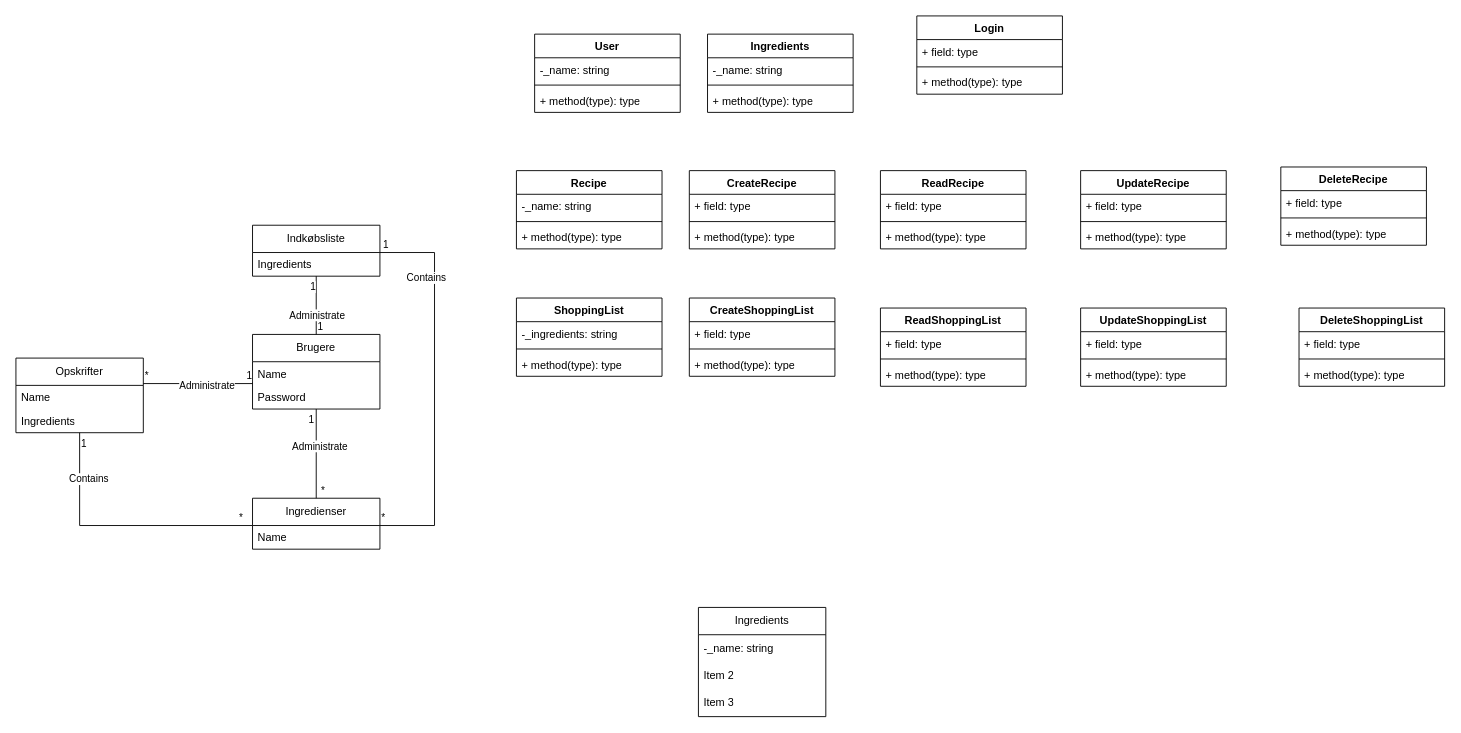
JaisAndersen/HandleLet keeps this draw.io diagram as HandleLetDomain.drawio. Above is the earlier version. Source tidied: cells renumbered, new cells numbered last; positions are measured from the earlier drawing's top-left corner, leaving out a move shared by most shapes. Both pictures are drawn from the tidied source at 91%, with x=0, y=0 at pixel (15, 15).
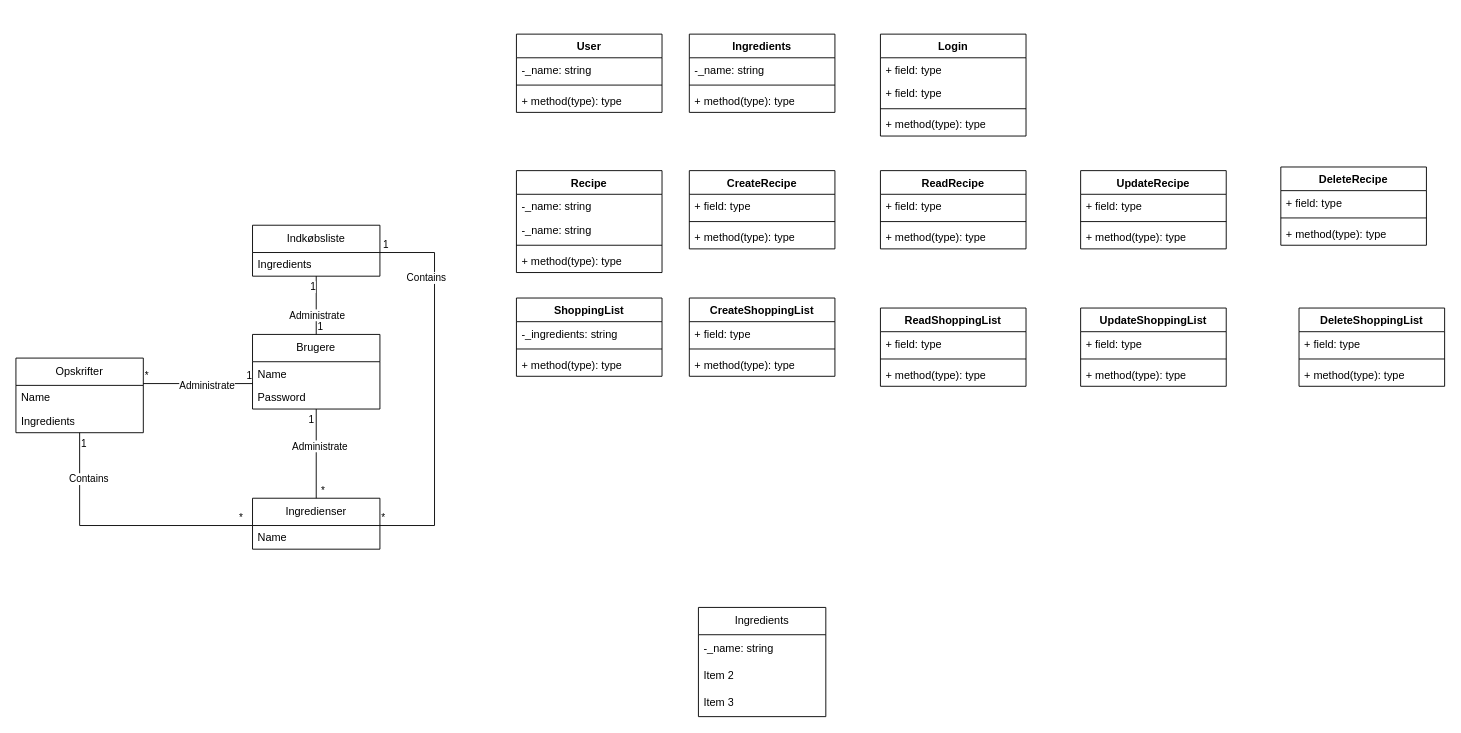
The same page after the edit.

What changed in the source:
```diff
@@
     <mxCell id="68" value="User" style="swimlane;fontStyle=1;align=center;verticalAlign=top;horizontal=1;startSize=26;whiteSpace=wrap;html=1;" parent="1" vertex="1">
-      <mxGeometry x="570" y="20" width="160" height="86" as="geometry" />
+      <mxGeometry x="550" y="20" width="160" height="86" as="geometry" />
     </mxCell>
@@
     <mxCell id="72" value="Ingredients" style="swimlane;fontStyle=1;align=center;verticalAlign=top;horizontal=1;startSize=26;whiteSpace=wrap;html=1;" parent="1" vertex="1">
-      <mxGeometry x="760" y="20" width="160" height="86" as="geometry" />
+      <mxGeometry x="740" y="20" width="160" height="86" as="geometry" />
     </mxCell>
@@
     <mxCell id="80" value="Recipe" style="swimlane;fontStyle=1;align=center;verticalAlign=top;horizontal=1;startSize=26;whiteSpace=wrap;html=1;" parent="1" vertex="1">
-      <mxGeometry x="550" y="170" width="160" height="86" as="geometry" />
+      <mxGeometry x="550" y="170" width="160" height="112" as="geometry" />
     </mxCell>
@@
+    <mxCell id="88" value="-_name: string" style="text;strokeColor=none;fillColor=none;align=left;verticalAlign=top;spacingLeft=4;spacingRight=4;overflow=hidden;whiteSpace=wrap;html=1;" parent="80" vertex="1">
+      <mxGeometry y="52" width="160" height="26" as="geometry" />
+    </mxCell>
     <mxCell id="82" style="line;strokeWidth=1;fillColor=none;align=left;verticalAlign=middle;spacingTop=-1;spacingLeft=3;spacingRight=3;labelPosition=right;strokeColor=inherit;" parent="80" vertex="1">
-      <mxGeometry y="52" width="160" height="8" as="geometry" />
+      <mxGeometry y="78" width="160" height="8" as="geometry" />
     </mxCell>
     <mxCell id="83" value="+ method(type): type" style="text;strokeColor=none;fillColor=none;align=left;verticalAlign=top;spacingLeft=4;spacingRight=4;overflow=hidden;whiteSpace=wrap;html=1;" parent="80" vertex="1">
-      <mxGeometry y="60" width="160" height="26" as="geometry" />
+      <mxGeometry y="86" width="160" height="26" as="geometry" />
     </mxCell>
     <mxCell id="84" value="Login" style="swimlane;fontStyle=1;align=center;verticalAlign=top;horizontal=1;startSize=26;whiteSpace=wrap;html=1;" parent="1" vertex="1">
-      <mxGeometry x="990" width="160" height="86" as="geometry" />
+      <mxGeometry x="950" y="20" width="160" height="112" as="geometry" />
     </mxCell>
+    <mxCell id="89" value="+ field: type" style="text;strokeColor=none;fillColor=none;align=left;verticalAlign=top;spacingLeft=4;spacingRight=4;overflow=hidden;whiteSpace=wrap;html=1;" parent="84" vertex="1">
+      <mxGeometry y="26" width="160" height="26" as="geometry" />
+    </mxCell>
     <mxCell id="85" value="+ field: type" style="text;strokeColor=none;fillColor=none;align=left;verticalAlign=top;spacingLeft=4;spacingRight=4;overflow=hidden;whiteSpace=wrap;html=1;" parent="84" vertex="1">
-      <mxGeometry y="26" width="160" height="26" as="geometry" />
+      <mxGeometry y="52" width="160" height="26" as="geometry" />
     </mxCell>
     <mxCell id="86" style="line;strokeWidth=1;fillColor=none;align=left;verticalAlign=middle;spacingTop=-1;spacingLeft=3;spacingRight=3;labelPosition=right;strokeColor=inherit;" parent="84" vertex="1">
-      <mxGeometry y="52" width="160" height="8" as="geometry" />
+      <mxGeometry y="78" width="160" height="8" as="geometry" />
     </mxCell>
     <mxCell id="87" value="+ method(type): type" style="text;strokeColor=none;fillColor=none;align=left;verticalAlign=top;spacingLeft=4;spacingRight=4;overflow=hidden;whiteSpace=wrap;html=1;" parent="84" vertex="1">
-      <mxGeometry y="60" width="160" height="26" as="geometry" />
+      <mxGeometry y="86" width="160" height="26" as="geometry" />
     </mxCell>
```
